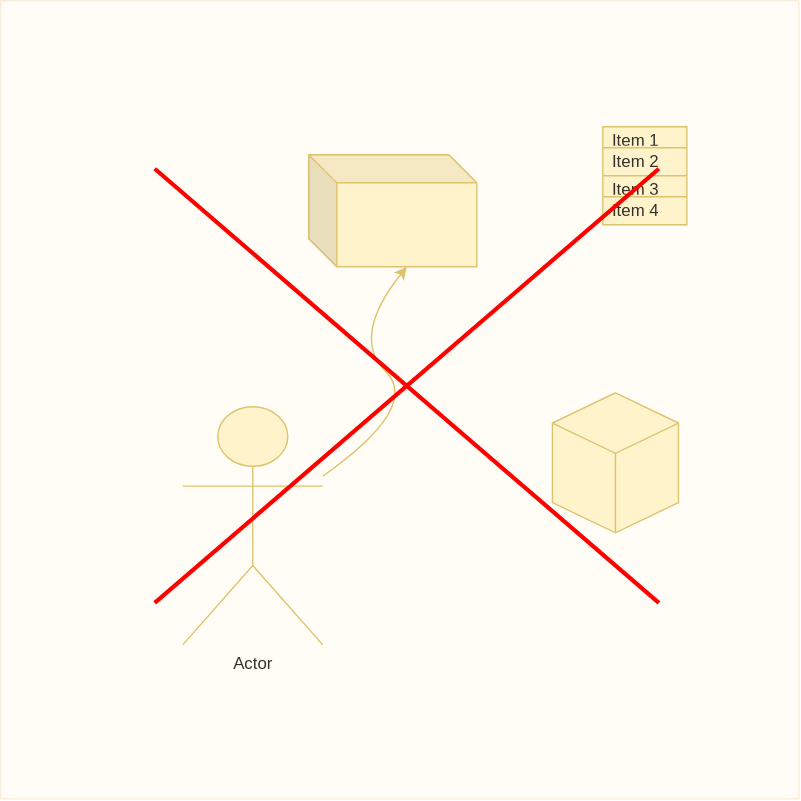
This is 222Untitled Diagram.drawio.svg from parulianhutapean-dotcom/generaldoc_sept_uck, a draw.io export, as it was before one commit. Source tidied: cells renumbered, new cells last; positions are measured from the earlier drawing's top-left corner, leaving out a move shared by most shapes.
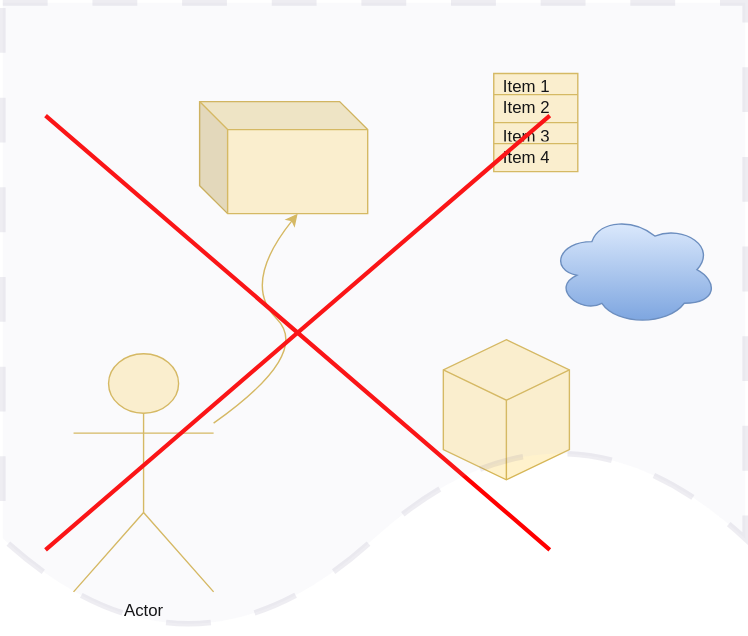
Above is the later version.

What changed in the source:
```diff
@@ -46,11 +46,14 @@
     <mxCell id="14" style="html=1;whiteSpace=wrap;shape=isoCube2;backgroundOutline=1;isoAngle=15;fillColor=#fff2cc;strokeColor=#d6b656;" parent="1" vertex="1">
       <mxGeometry x="394" y="280" width="90" height="100" as="geometry" />
     </mxCell>
-    <mxCell id="15" style="whiteSpace=wrap;html=1;fillColor=#fff2cc;strokeColor=#d6b656;opacity=20;" parent="1" vertex="1">
-      <mxGeometry width="570" height="570" as="geometry" />
-    </mxCell>
     <mxCell id="16" style="shape=umlDestroy;whiteSpace=wrap;html=1;strokeWidth=3;targetShapes=umlLifeline;strokeColor=#FF0000;" parent="1" vertex="1">
       <mxGeometry x="110" y="120" width="360" height="310" as="geometry" />
     </mxCell>
+    <mxCell id="17" style="shape=document;whiteSpace=wrap;html=1;boundedLbl=1;fillColor=#d0cee2;strokeColor=#56517e;opacity=10;dashed=1;dashPattern=8 8;strokeWidth=4;" parent="1" vertex="1">
+      <mxGeometry x="80" y="40" width="530" height="450" as="geometry" />
+    </mxCell>
+    <mxCell id="18" style="ellipse;shape=cloud;whiteSpace=wrap;html=1;fillColor=#dae8fc;strokeColor=#6c8ebf;gradientColor=#7ea6e0;" parent="1" vertex="1">
+      <mxGeometry x="470" y="190" width="120" height="80" as="geometry" />
+    </mxCell>
   </root>
 </mxGraphModel>
```
